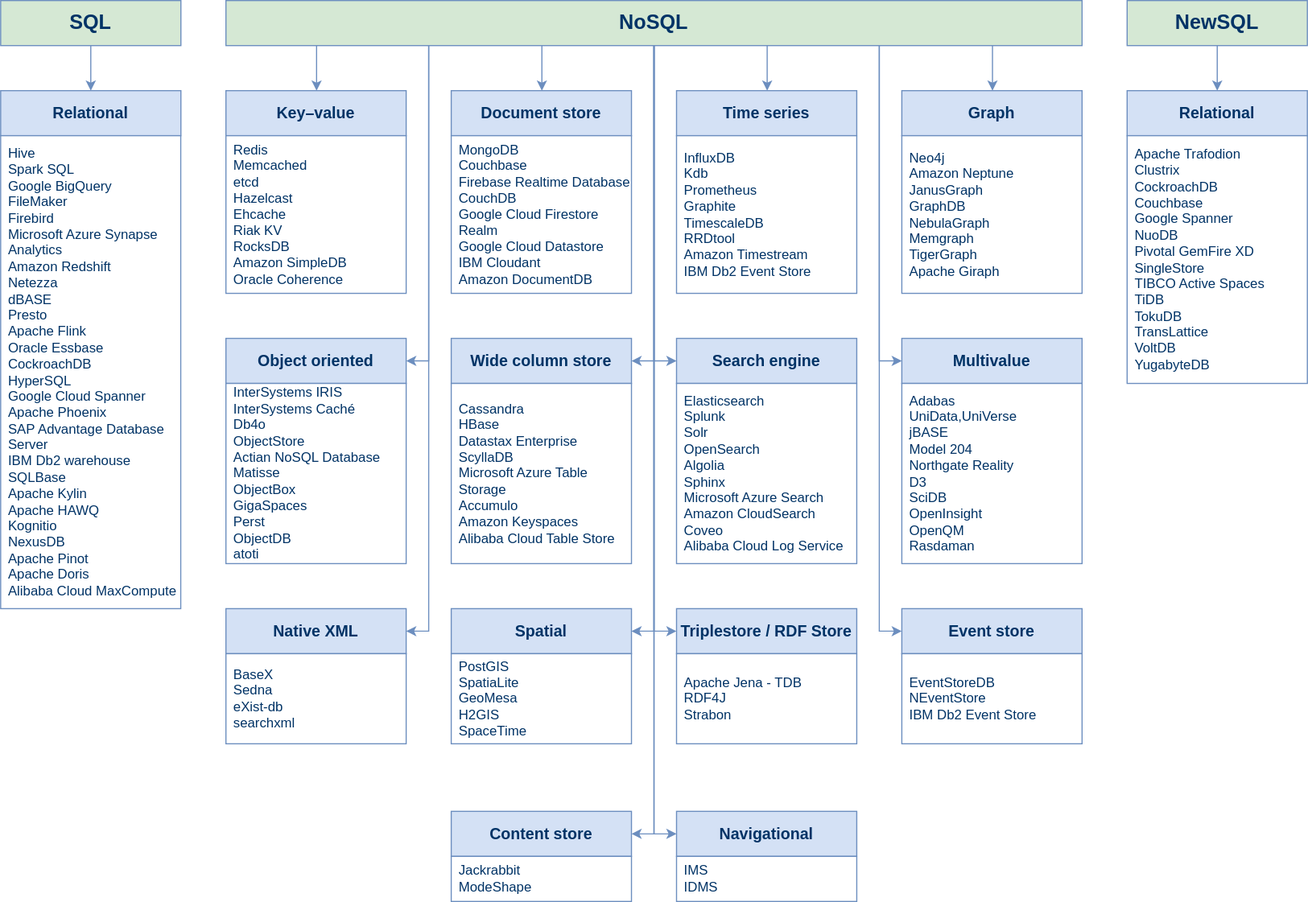
This is diagrams/data_models.drawio.svg from ryndovaira-org/data_science_lectures, a draw.io export, as it was before one commit. Source tidied: cells renumbered, new cells last; positions are measured from the earlier drawing's top-left corner, leaving out a move shared by most shapes.
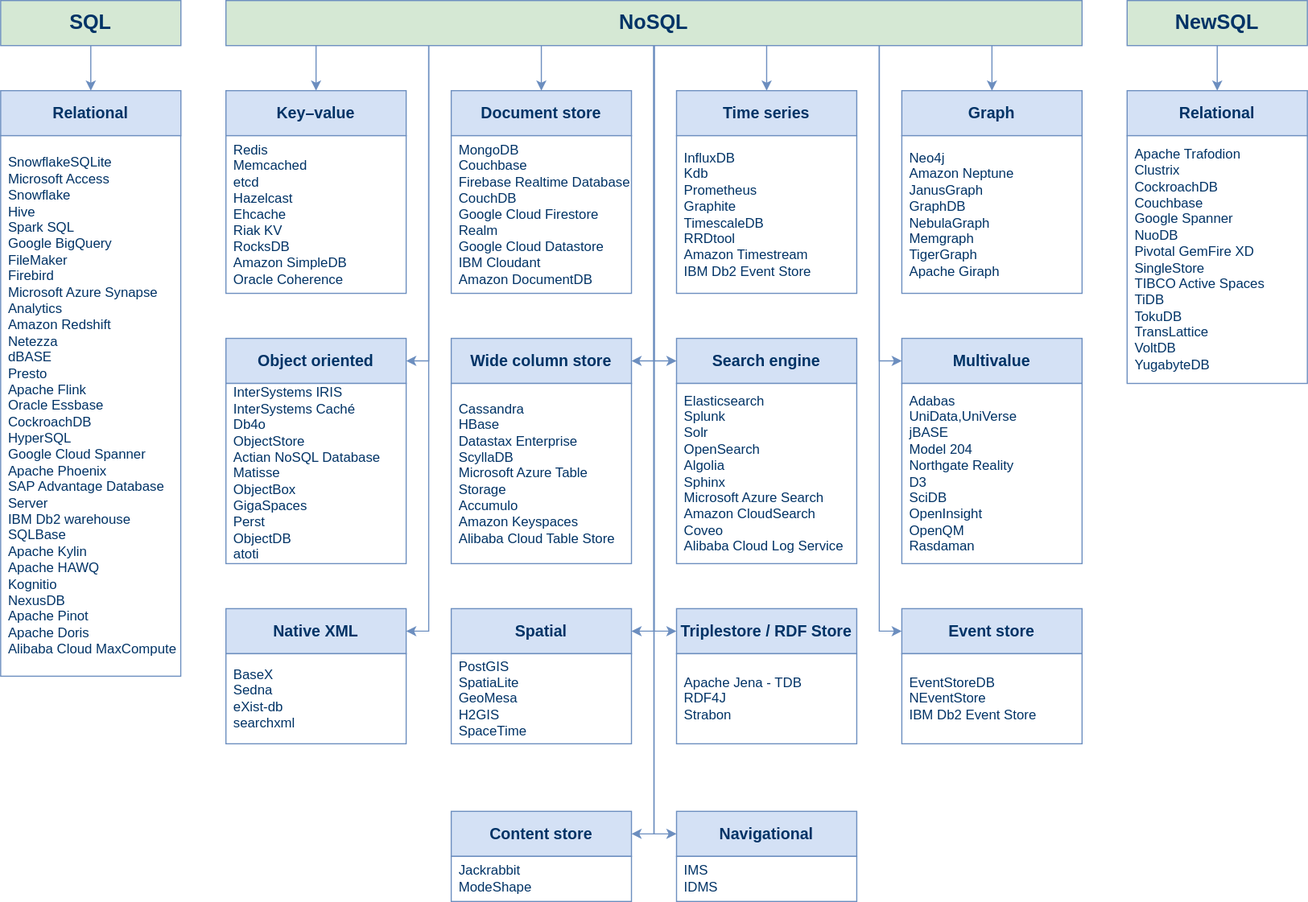
Above is the later version.

Diff of the diagram source:
```diff
@@ -139,8 +139,8 @@
     <mxCell id="34" value="&lt;div style=&quot;font-size: 14px;&quot;&gt;Relational&lt;/div&gt;" style="rounded=0;whiteSpace=wrap;html=1;fontStyle=1;strokeColor=#6C8EBF;fontColor=#003366;fillColor=#D4E1F5;fontSize=14;" parent="1" vertex="1">
       <mxGeometry y="80" width="160" height="40" as="geometry" />
     </mxCell>
-    <mxCell id="35" value="&lt;div&gt;Hive&lt;/div&gt;&lt;div&gt;Spark SQL&lt;/div&gt;&lt;div&gt;Google BigQuery&lt;/div&gt;&lt;div&gt;FileMaker&lt;/div&gt;&lt;div&gt;Firebird&lt;/div&gt;&lt;div&gt;Microsoft Azure Synapse Analytics&lt;/div&gt;&lt;div&gt;Amazon Redshift&lt;/div&gt;&lt;div&gt;Netezza&lt;/div&gt;&lt;div&gt;dBASE&lt;/div&gt;&lt;div&gt;Presto&lt;/div&gt;&lt;div&gt;Apache Flink&lt;/div&gt;&lt;div&gt;Oracle Essbase&lt;/div&gt;&lt;div&gt;CockroachDB&lt;/div&gt;&lt;div&gt;HyperSQL&lt;/div&gt;&lt;div&gt;Google Cloud Spanner&lt;/div&gt;&lt;div&gt;Apache Phoenix&lt;/div&gt;&lt;div&gt;SAP Advantage Database Server&lt;/div&gt;&lt;div&gt;IBM Db2 warehouse&lt;/div&gt;&lt;div&gt;SQLBase&lt;/div&gt;&lt;div&gt;Apache Kylin&lt;/div&gt;&lt;div&gt;Apache HAWQ&lt;/div&gt;&lt;div&gt;Kognitio&lt;/div&gt;&lt;div&gt;NexusDB&lt;/div&gt;&lt;div&gt;Apache Pinot&lt;/div&gt;&lt;div&gt;Apache Doris&lt;/div&gt;&lt;div&gt;Alibaba Cloud MaxCompute&lt;/div&gt;" style="rounded=0;whiteSpace=wrap;html=1;align=left;spacingLeft=5;fontStyle=0;strokeColor=#6C8EBF;fontColor=#003366;" parent="1" vertex="1">
-      <mxGeometry y="120" width="159.9" height="420" as="geometry" />
+    <mxCell id="35" value="&lt;div&gt;SnowflakeSQLite&lt;/div&gt;&lt;div&gt;Microsoft Access&lt;/div&gt;&lt;div&gt;&lt;span style=&quot;background-color: initial;&quot;&gt;Snowflake&lt;/span&gt;&lt;/div&gt;&lt;div&gt;Hive&lt;/div&gt;&lt;div&gt;Spark SQL&lt;/div&gt;&lt;div&gt;Google BigQuery&lt;/div&gt;&lt;div&gt;FileMaker&lt;/div&gt;&lt;div&gt;Firebird&lt;/div&gt;&lt;div&gt;Microsoft Azure Synapse Analytics&lt;/div&gt;&lt;div&gt;Amazon Redshift&lt;/div&gt;&lt;div&gt;Netezza&lt;/div&gt;&lt;div&gt;dBASE&lt;/div&gt;&lt;div&gt;Presto&lt;/div&gt;&lt;div&gt;Apache Flink&lt;/div&gt;&lt;div&gt;Oracle Essbase&lt;/div&gt;&lt;div&gt;CockroachDB&lt;/div&gt;&lt;div&gt;HyperSQL&lt;/div&gt;&lt;div&gt;Google Cloud Spanner&lt;/div&gt;&lt;div&gt;Apache Phoenix&lt;/div&gt;&lt;div&gt;SAP Advantage Database Server&lt;/div&gt;&lt;div&gt;IBM Db2 warehouse&lt;/div&gt;&lt;div&gt;SQLBase&lt;/div&gt;&lt;div&gt;Apache Kylin&lt;/div&gt;&lt;div&gt;Apache HAWQ&lt;/div&gt;&lt;div&gt;Kognitio&lt;/div&gt;&lt;div&gt;NexusDB&lt;/div&gt;&lt;div&gt;Apache Pinot&lt;/div&gt;&lt;div&gt;Apache Doris&lt;/div&gt;&lt;div&gt;Alibaba Cloud MaxCompute&lt;/div&gt;" style="rounded=0;whiteSpace=wrap;html=1;align=left;spacingLeft=5;fontStyle=0;strokeColor=#6C8EBF;fontColor=#003366;" parent="1" vertex="1">
+      <mxGeometry y="120" width="159.9" height="480" as="geometry" />
     </mxCell>
     <mxCell id="36" value="&lt;div style=&quot;font-size: 14px;&quot;&gt;Relational&lt;/div&gt;" style="rounded=0;whiteSpace=wrap;html=1;fontStyle=1;strokeColor=#6C8EBF;fontColor=#003366;fillColor=#D4E1F5;fontSize=14;" parent="1" vertex="1">
       <mxGeometry x="1000" y="80" width="160" height="40" as="geometry" />
```
